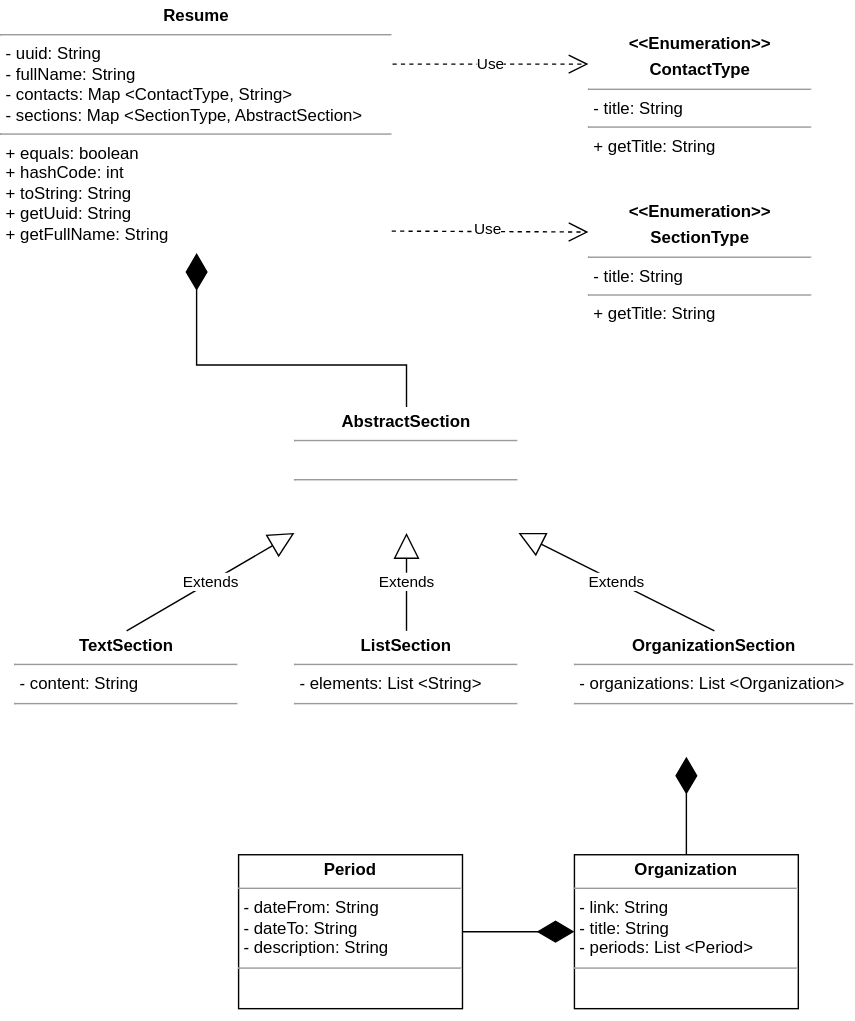
TemaZhuravlev/basejava keeps this draw.io diagram as src/resumeUML.svg. Above is the earlier version. Source tidied: cells renumbered, new cells last; positions are measured from the earlier drawing's top-left corner, leaving out a move shared by most shapes.
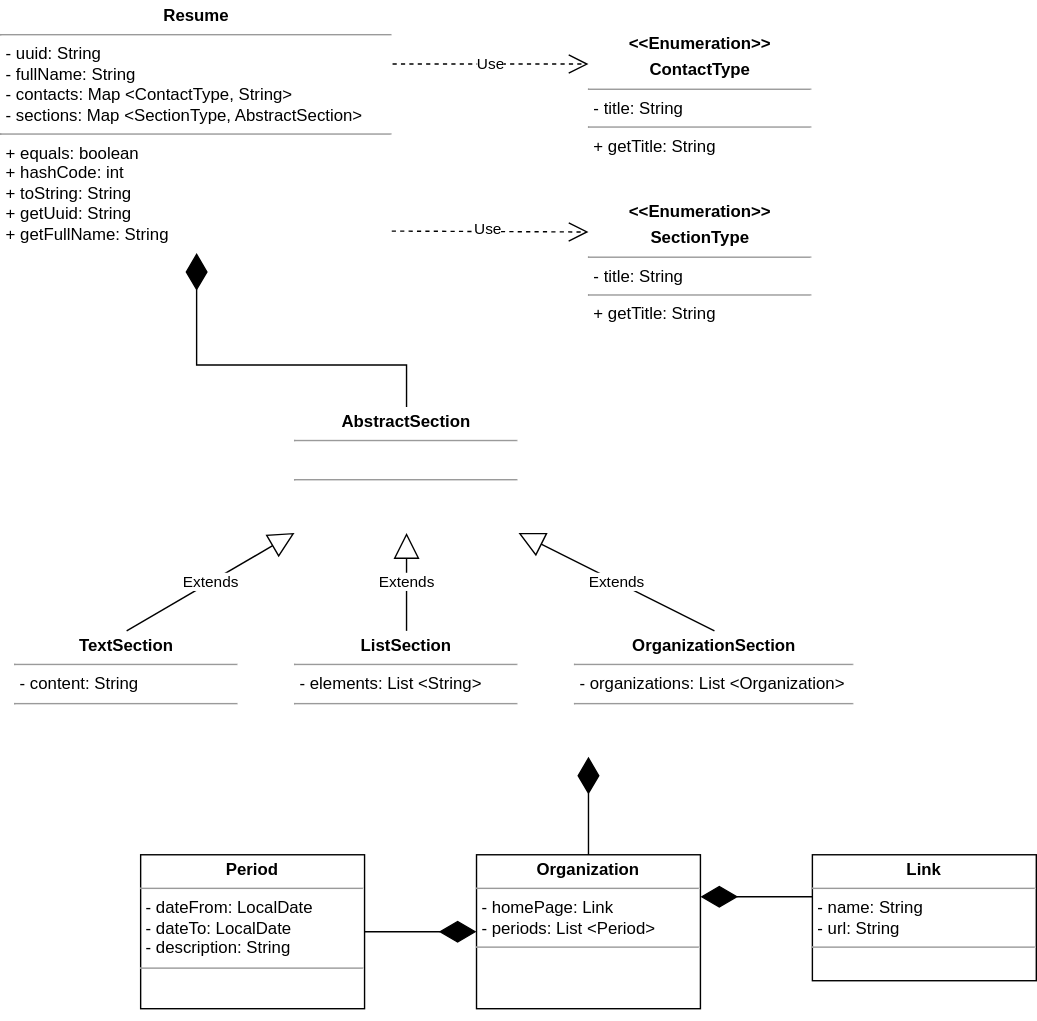
Later version of the same file.

Commit message:
update model, UML

The edit, as a diff of the source:
```diff
@@ -49,16 +49,16 @@
         </Array>
       </mxGeometry>
     </mxCell>
-    <mxCell id="16" value="&lt;p style=&quot;margin: 0px ; margin-top: 4px ; text-align: center&quot;&gt;&lt;b&gt;Organization&lt;/b&gt;&lt;/p&gt;&lt;hr size=&quot;1&quot;&gt;&lt;p style=&quot;margin: 0px ; margin-left: 4px&quot;&gt;&lt;span&gt;- link: String&lt;/span&gt;&lt;br&gt;&lt;/p&gt;&lt;p style=&quot;margin: 0px ; margin-left: 4px&quot;&gt;- title: String&lt;/p&gt;&lt;p style=&quot;margin: 0px ; margin-left: 4px&quot;&gt;- periods: List &amp;lt;Period&amp;gt;&lt;/p&gt;&lt;hr size=&quot;1&quot;&gt;&lt;p style=&quot;margin: 0px ; margin-left: 4px&quot;&gt;&lt;br&gt;&lt;/p&gt;" style="verticalAlign=top;align=left;overflow=fill;fontSize=12;fontFamily=Helvetica;html=1;" parent="1" vertex="1">
-      <mxGeometry x="410" y="610" width="160" height="110" as="geometry" />
+    <mxCell id="16" value="&lt;p style=&quot;margin: 0px ; margin-top: 4px ; text-align: center&quot;&gt;&lt;b&gt;Organization&lt;/b&gt;&lt;/p&gt;&lt;hr size=&quot;1&quot;&gt;&lt;p style=&quot;margin: 0px ; margin-left: 4px&quot;&gt;&lt;span&gt;- homePage: Link&lt;/span&gt;&lt;/p&gt;&lt;p style=&quot;margin: 0px ; margin-left: 4px&quot;&gt;- periods: List &amp;lt;Period&amp;gt;&lt;/p&gt;&lt;hr size=&quot;1&quot;&gt;&lt;p style=&quot;margin: 0px ; margin-left: 4px&quot;&gt;&lt;br&gt;&lt;/p&gt;" style="verticalAlign=top;align=left;overflow=fill;fontSize=12;fontFamily=Helvetica;html=1;" parent="1" vertex="1">
+      <mxGeometry x="340" y="610" width="160" height="110" as="geometry" />
     </mxCell>
     <mxCell id="17" style="endArrow=diamondThin;endFill=1;endSize=24;html=1;rounded=0;exitX=0.5;exitY=0;exitDx=0;exitDy=0;" parent="1" edge="1" source="16">
       <mxGeometry relative="1" as="geometry">
-        <mxPoint x="490" y="540" as="targetPoint" />
+        <mxPoint x="420" y="540" as="targetPoint" />
       </mxGeometry>
     </mxCell>
-    <mxCell id="18" value="&lt;p style=&quot;margin: 0px ; margin-top: 4px ; text-align: center&quot;&gt;&lt;b&gt;Period&lt;/b&gt;&lt;/p&gt;&lt;hr size=&quot;1&quot;&gt;&lt;p style=&quot;margin: 0px ; margin-left: 4px&quot;&gt;- dateFrom: String&lt;/p&gt;&lt;p style=&quot;margin: 0px ; margin-left: 4px&quot;&gt;- dateTo: String&lt;/p&gt;&lt;p style=&quot;margin: 0px ; margin-left: 4px&quot;&gt;- description: String&lt;/p&gt;&lt;hr size=&quot;1&quot;&gt;&lt;p style=&quot;margin: 0px ; margin-left: 4px&quot;&gt;&lt;br&gt;&lt;/p&gt;" style="verticalAlign=top;align=left;overflow=fill;fontSize=12;fontFamily=Helvetica;html=1;" parent="1" vertex="1">
-      <mxGeometry x="170" y="610" width="160" height="110" as="geometry" />
+    <mxCell id="18" value="&lt;p style=&quot;margin: 0px ; margin-top: 4px ; text-align: center&quot;&gt;&lt;b&gt;Period&lt;/b&gt;&lt;/p&gt;&lt;hr size=&quot;1&quot;&gt;&lt;p style=&quot;margin: 0px ; margin-left: 4px&quot;&gt;- dateFrom: LocalDate&lt;/p&gt;&lt;p style=&quot;margin: 0px ; margin-left: 4px&quot;&gt;- dateTo: LocalDate&lt;/p&gt;&lt;p style=&quot;margin: 0px ; margin-left: 4px&quot;&gt;- description: String&lt;/p&gt;&lt;hr size=&quot;1&quot;&gt;&lt;p style=&quot;margin: 0px ; margin-left: 4px&quot;&gt;&lt;br&gt;&lt;/p&gt;" style="verticalAlign=top;align=left;overflow=fill;fontSize=12;fontFamily=Helvetica;html=1;" parent="1" vertex="1">
+      <mxGeometry x="100" y="610" width="160" height="110" as="geometry" />
     </mxCell>
     <mxCell id="19" style="edgeStyle=orthogonalEdgeStyle;rounded=0;orthogonalLoop=1;jettySize=auto;html=1;exitX=0.5;exitY=1;exitDx=0;exitDy=0;" parent="1" edge="1" source="16" target="16">
       <mxGeometry relative="1" as="geometry" />
@@ -66,5 +66,14 @@
     <mxCell id="20" style="endArrow=diamondThin;endFill=1;endSize=24;html=1;rounded=0;exitX=1;exitY=0.5;exitDx=0;exitDy=0;entryX=0;entryY=0.5;entryDx=0;entryDy=0;" parent="1" edge="1" source="18" target="16">
       <mxGeometry relative="1" as="geometry" />
     </mxCell>
+    <mxCell id="21" value="&lt;p style=&quot;margin: 0px ; margin-top: 4px ; text-align: center&quot;&gt;&lt;b&gt;Link&lt;/b&gt;&lt;/p&gt;&lt;hr size=&quot;1&quot;&gt;&lt;p style=&quot;margin: 0px ; margin-left: 4px&quot;&gt;- name: String&lt;/p&gt;&lt;p style=&quot;margin: 0px ; margin-left: 4px&quot;&gt;- url: String&lt;/p&gt;&lt;hr size=&quot;1&quot;&gt;&lt;p style=&quot;margin: 0px ; margin-left: 4px&quot;&gt;&lt;br&gt;&lt;/p&gt;" style="verticalAlign=top;align=left;overflow=fill;fontSize=12;fontFamily=Helvetica;html=1;" parent="1" vertex="1">
+      <mxGeometry x="580" y="610" width="160" height="90" as="geometry" />
+    </mxCell>
+    <mxCell id="22" style="endArrow=diamondThin;endFill=1;endSize=24;html=1;rounded=0;" parent="1" edge="1">
+      <mxGeometry relative="1" as="geometry">
+        <mxPoint x="580" y="640" as="sourcePoint" />
+        <mxPoint x="500" y="640" as="targetPoint" />
+      </mxGeometry>
+    </mxCell>
   </root>
 </mxGraphModel>
```
